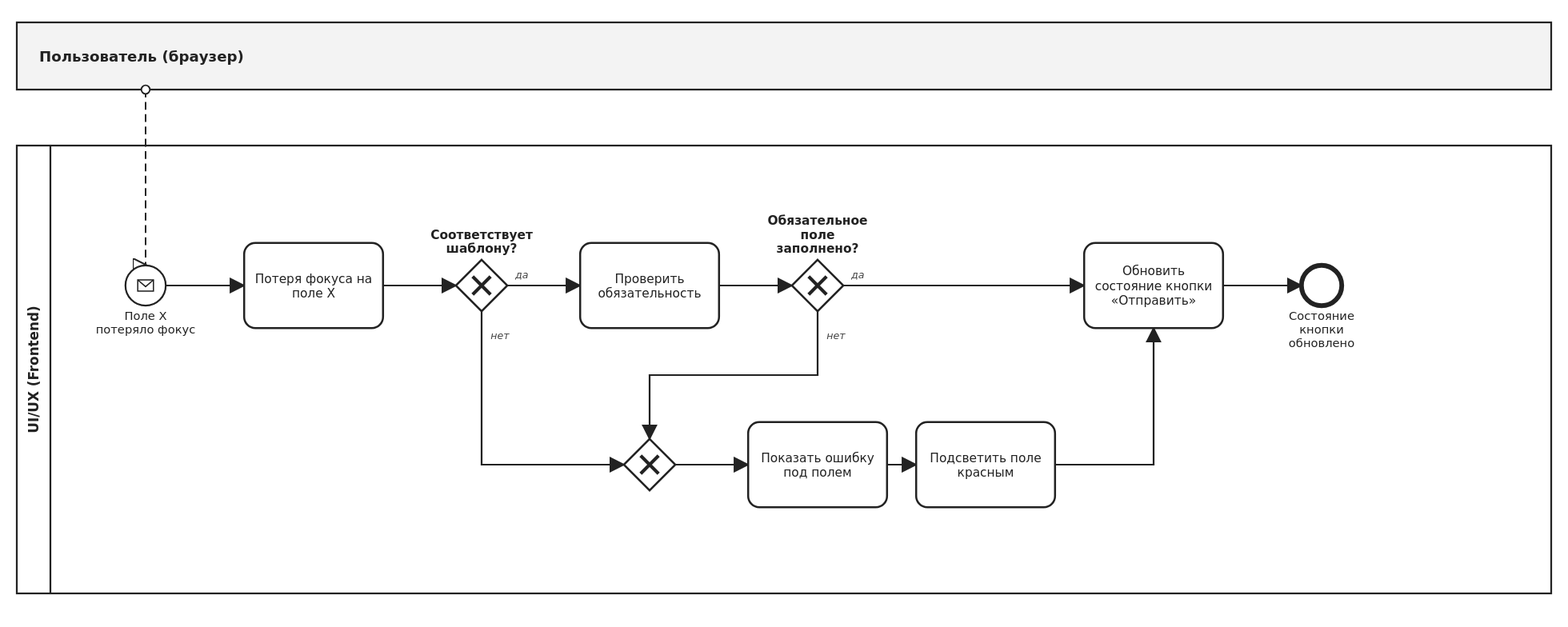
Earlier version of the BPMN export bpmn/validation_simple.svg (1cxrsedfear-cyber/test). Its source is kept beside it as bpmn/validation_simple.bpmn. Ids are renumbered.
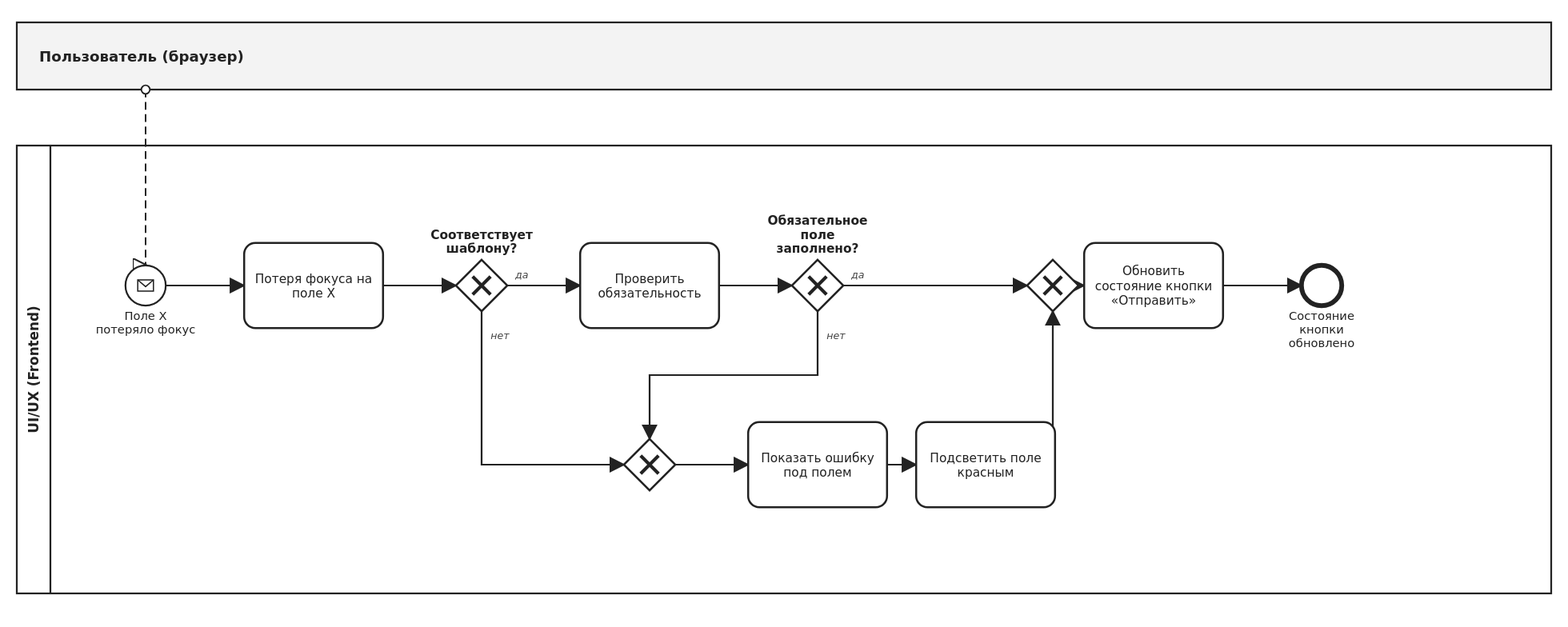
The same file after the commit.

The edit, as a diff of the source:
```diff
@@ -9,22 +9,24 @@
     <bpmn:task id="T1" name="Потеря фокуса на поле X"><bpmn:incoming>v01</bpmn:incoming><bpmn:outgoing>v02</bpmn:outgoing></bpmn:task>
     <bpmn:exclusiveGateway id="G_pat" name="Соответствует шаблону?"><bpmn:incoming>v02</bpmn:incoming><bpmn:outgoing>v03</bpmn:outgoing><bpmn:outgoing>v04</bpmn:outgoing></bpmn:exclusiveGateway>
     <bpmn:task id="T_req" name="Проверить обязательность"><bpmn:incoming>v03</bpmn:incoming><bpmn:outgoing>v05</bpmn:outgoing></bpmn:task>
-    <bpmn:exclusiveGateway id="G_req" name="Обязательное поле заполнено?"><bpmn:incoming>v05</bpmn:incoming><bpmn:outgoing>v06</bpmn:outgoing><bpmn:outgoing>v07</bpmn:outgoing></bpmn:exclusiveGateway>
+    <bpmn:exclusiveGateway id="G_req" name="Обязательное поле заполнено?"><bpmn:incoming>v05</bpmn:incoming><bpmn:outgoing>v07</bpmn:outgoing><bpmn:outgoing>v06</bpmn:outgoing></bpmn:exclusiveGateway>
     <bpmn:exclusiveGateway id="Mg"><bpmn:incoming>v04</bpmn:incoming><bpmn:incoming>v07</bpmn:incoming><bpmn:outgoing>v08</bpmn:outgoing></bpmn:exclusiveGateway>
     <bpmn:task id="T_err" name="Показать ошибку под полем"><bpmn:incoming>v08</bpmn:incoming><bpmn:outgoing>v09</bpmn:outgoing></bpmn:task>
     <bpmn:task id="T_red" name="Подсветить поле красным"><bpmn:incoming>v09</bpmn:incoming><bpmn:outgoing>v10</bpmn:outgoing></bpmn:task>
-    <bpmn:task id="T_btn" name="Обновить состояние кнопки «Отправить»"><bpmn:incoming>v06</bpmn:incoming><bpmn:incoming>v10</bpmn:incoming><bpmn:outgoing>v11</bpmn:outgoing></bpmn:task>
+    <bpmn:task id="T_btn" name="Обновить состояние кнопки «Отправить»"><bpmn:incoming>v12</bpmn:incoming><bpmn:outgoing>v11</bpmn:outgoing></bpmn:task>
     <bpmn:endEvent id="E1" name="Состояние кнопки обновлено"><bpmn:incoming>v11</bpmn:incoming></bpmn:endEvent>
+    <bpmn:exclusiveGateway id="Mb"><bpmn:incoming>v06</bpmn:incoming><bpmn:incoming>v10</bpmn:incoming><bpmn:outgoing>v12</bpmn:outgoing></bpmn:exclusiveGateway>
     <bpmn:sequenceFlow id="v01" sourceRef="S1" targetRef="T1"/>
     <bpmn:sequenceFlow id="v02" sourceRef="T1" targetRef="G_pat"/>
     <bpmn:sequenceFlow id="v03" sourceRef="G_pat" targetRef="T_req" name="да"/>
     <bpmn:sequenceFlow id="v04" sourceRef="G_pat" targetRef="Mg" name="нет"/>
     <bpmn:sequenceFlow id="v05" sourceRef="T_req" targetRef="G_req"/>
-    <bpmn:sequenceFlow id="v06" sourceRef="G_req" targetRef="T_btn" name="да"/>
     <bpmn:sequenceFlow id="v07" sourceRef="G_req" targetRef="Mg" name="нет"/>
     <bpmn:sequenceFlow id="v08" sourceRef="Mg" targetRef="T_err"/>
     <bpmn:sequenceFlow id="v09" sourceRef="T_err" targetRef="T_red"/>
-    <bpmn:sequenceFlow id="v10" sourceRef="T_red" targetRef="T_btn"/>
+    <bpmn:sequenceFlow id="v06" sourceRef="G_req" targetRef="Mb" name="да"/>
+    <bpmn:sequenceFlow id="v10" sourceRef="T_red" targetRef="Mb"/>
+    <bpmn:sequenceFlow id="v12" sourceRef="Mb" targetRef="T_btn"/>
     <bpmn:sequenceFlow id="v11" sourceRef="T_btn" targetRef="E1"/>
   </bpmn:process>
   <bpmndi:BPMNDiagram id="Diagram_validation_simple">
@@ -41,6 +43,7 @@
       <bpmndi:BPMNShape id="T_red_di" bpmnElement="T_red"><dc:Bounds x="818.0" y="377.0" width="124" height="76"/></bpmndi:BPMNShape>
       <bpmndi:BPMNShape id="T_btn_di" bpmnElement="T_btn"><dc:Bounds x="968.0" y="217.0" width="124" height="76"/></bpmndi:BPMNShape>
       <bpmndi:BPMNShape id="E1_di" bpmnElement="E1"><dc:Bounds x="1162.0" y="237.0" width="36" height="36"/></bpmndi:BPMNShape>
+      <bpmndi:BPMNShape id="Mb_di" bpmnElement="Mb" isMarkerVisible="true"><dc:Bounds x="917.0" y="232.0" width="46" height="46"/></bpmndi:BPMNShape>
       <bpmndi:BPMNEdge id="v01_di" bpmnElement="v01">
         <di:waypoint x="148.0" y="255.0"/>
         <di:waypoint x="218.0" y="255.0"/>
@@ -62,10 +65,6 @@
         <di:waypoint x="642.0" y="255.0"/>
         <di:waypoint x="707.0" y="255.0"/>
       </bpmndi:BPMNEdge>
-      <bpmndi:BPMNEdge id="v06_di" bpmnElement="v06">
-        <di:waypoint x="753.0" y="255.0"/>
-        <di:waypoint x="968.0" y="255.0"/>
-      </bpmndi:BPMNEdge>
       <bpmndi:BPMNEdge id="v07_di" bpmnElement="v07">
         <di:waypoint x="730.0" y="278.0"/>
         <di:waypoint x="730.0" y="335.0"/>
@@ -80,20 +79,28 @@
         <di:waypoint x="792.0" y="415.0"/>
         <di:waypoint x="818.0" y="415.0"/>
       </bpmndi:BPMNEdge>
+      <bpmndi:BPMNEdge id="vm1_di" bpmnElement="vm1">
+        <di:waypoint x="130.0" y="80.0"/>
+        <di:waypoint x="130.0" y="237.0"/>
+        <di:waypoint x="130.0" y="237.0"/>
+      </bpmndi:BPMNEdge>
+      <bpmndi:BPMNEdge id="v06_di" bpmnElement="v06">
+        <di:waypoint x="753.0" y="255.0"/>
+        <di:waypoint x="917.0" y="255.0"/>
+      </bpmndi:BPMNEdge>
       <bpmndi:BPMNEdge id="v10_di" bpmnElement="v10">
         <di:waypoint x="942.0" y="415.0"/>
-        <di:waypoint x="1030.0" y="415.0"/>
-        <di:waypoint x="1030.0" y="293.0"/>
+        <di:waypoint x="940.0" y="415.0"/>
+        <di:waypoint x="940.0" y="278.0"/>
+      </bpmndi:BPMNEdge>
+      <bpmndi:BPMNEdge id="v12_di" bpmnElement="v12">
+        <di:waypoint x="963.0" y="255.0"/>
+        <di:waypoint x="968.0" y="255.0"/>
       </bpmndi:BPMNEdge>
       <bpmndi:BPMNEdge id="v11_di" bpmnElement="v11">
         <di:waypoint x="1092.0" y="255.0"/>
         <di:waypoint x="1162.0" y="255.0"/>
       </bpmndi:BPMNEdge>
-      <bpmndi:BPMNEdge id="vm1_di" bpmnElement="vm1">
-        <di:waypoint x="130.0" y="80.0"/>
-        <di:waypoint x="130.0" y="237.0"/>
-        <di:waypoint x="130.0" y="237.0"/>
-      </bpmndi:BPMNEdge>
     </bpmndi:BPMNPlane>
   </bpmndi:BPMNDiagram>
 </bpmn:definitions>
```
